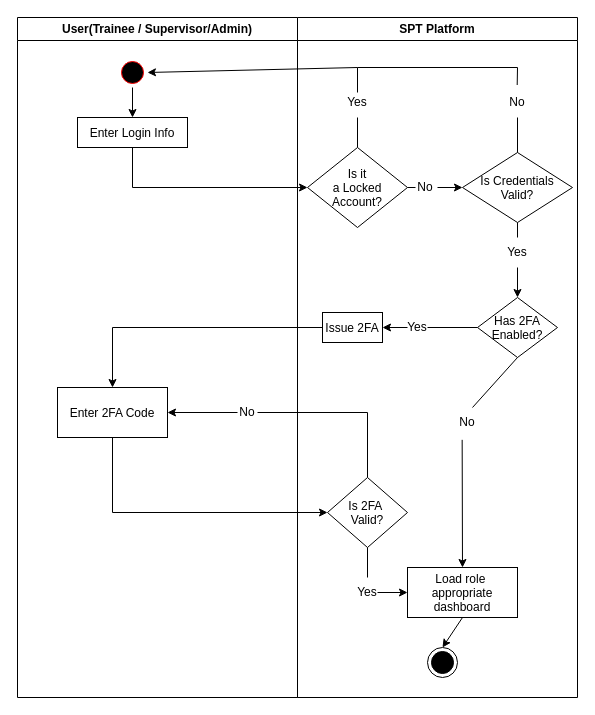
Before: docs/MSYADD1/activity_diagram/drawio/Manage Account_ Logging in.drawio in APC-SoCIT/APC-2026-2027-T1-IT241-Grp4-PNP-SPT-Platform, a draw.io diagram. Source tidied: cells renumbered, new cells numbered last; positions are measured from the earlier drawing's top-left corner, leaving out a move shared by most shapes. Both pictures are drawn from the tidied source at 100%, with x=0, y=0 at pixel (17, 17).
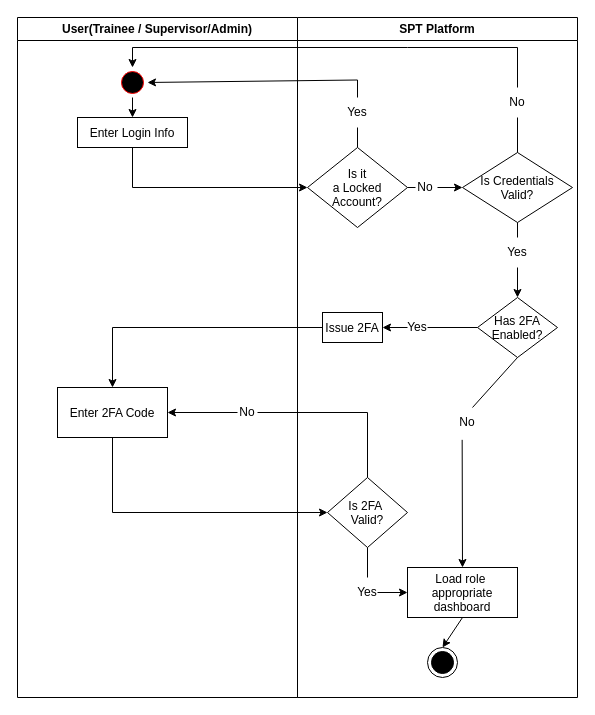
After the change.

Commit message (it also covers changes not shown here):
updated activity diagram for manage account and monitor progress(split into two scenario, trainee and supervisor)

Unchanged cells that the change refers to:
```xml
<mxCell id="2" value="User(Trainee / Supervisor/Admin)" style="swimlane;whiteSpace=wrap;startSize=23;" parent="1" vertex="1">
  <mxGeometry width="280" height="680" as="geometry" />
</mxCell>
<mxCell id="9" value="SPT Platform" style="swimlane;whiteSpace=wrap;" parent="1" vertex="1">
  <mxGeometry x="280" width="280" height="680" as="geometry" />
</mxCell>
<mxCell id="15" value="No" style="text;html=1;whiteSpace=wrap;strokeColor=none;fillColor=none;align=center;verticalAlign=middle;rounded=0;" parent="9" vertex="1">
  <mxGeometry x="190" y="70" width="60" height="30" as="geometry" />
</mxCell>
```

The edit, as a diff of the source:
```diff
@@
     <mxCell id="3" style="ellipse;shape=startState;fillColor=#000000;strokeColor=#ff0000;" parent="2" vertex="1">
-      <mxGeometry x="100" y="40" width="30" height="30" as="geometry" />
+      <mxGeometry x="100" y="50" width="30" height="30" as="geometry" />
     </mxCell>
@@
-    <mxCell id="16" style="endArrow=none;html=1;rounded=0;exitX=0.495;exitY=-0.083;exitDx=0;exitDy=0;exitPerimeter=0;" parent="9" edge="1" source="15">
-      <mxGeometry x="-0.49" relative="1" as="geometry">
-        <mxPoint x="60" y="50" as="targetPoint" />
-        <Array as="points">
-          <mxPoint x="220" y="50" />
-        </Array>
-      </mxGeometry>
-    </mxCell>
-    <mxCell id="17" style="endArrow=classic;html=1;rounded=0;entryX=1;entryY=0.5;entryDx=0;entryDy=0;exitX=0.5;exitY=0;exitDx=0;exitDy=0;" parent="9" edge="1" target="3">
-      <mxGeometry relative="1" as="geometry">
-        <mxPoint x="60" y="75" as="sourcePoint" />
-        <Array as="points">
-          <mxPoint x="60" y="50" />
-        </Array>
-      </mxGeometry>
-    </mxCell>
     <mxCell id="18" value="Yes" style="text;html=1;whiteSpace=wrap;strokeColor=none;fillColor=none;align=center;verticalAlign=middle;rounded=0;" parent="9" vertex="1">
-      <mxGeometry x="30" y="70" width="60" height="30" as="geometry" />
+      <mxGeometry x="30" y="80" width="60" height="30" as="geometry" />
     </mxCell>
@@
+    <mxCell id="43" style="endArrow=none;html=1;rounded=0;exitX=0.5;exitY=0;exitDx=0;exitDy=0;" parent="9" edge="1" source="15">
+      <mxGeometry x="-0.24" relative="1" as="geometry">
+        <mxPoint x="110" y="30" as="targetPoint" />
+        <Array as="points">
+          <mxPoint x="220" y="30" />
+        </Array>
+      </mxGeometry>
+    </mxCell>
+    <mxCell id="44" style="endArrow=classic;html=1;rounded=0;" parent="9" edge="1" target="3">
+      <mxGeometry x="-0.02" relative="1" as="geometry">
+        <mxPoint x="110" y="30" as="sourcePoint" />
+        <Array as="points">
+          <mxPoint x="-165" y="30" />
+        </Array>
+      </mxGeometry>
+    </mxCell>
@@
+    <mxCell id="17" style="endArrow=classic;html=1;rounded=0;exitX=0.5;exitY=0;exitDx=0;exitDy=0;entryX=1;entryY=0.5;entryDx=0;entryDy=0;" parent="1" edge="1" source="18" target="3">
+      <mxGeometry relative="1" as="geometry">
+        <Array as="points">
+          <mxPoint x="340" y="62.5" />
+        </Array>
+      </mxGeometry>
+    </mxCell>
```
